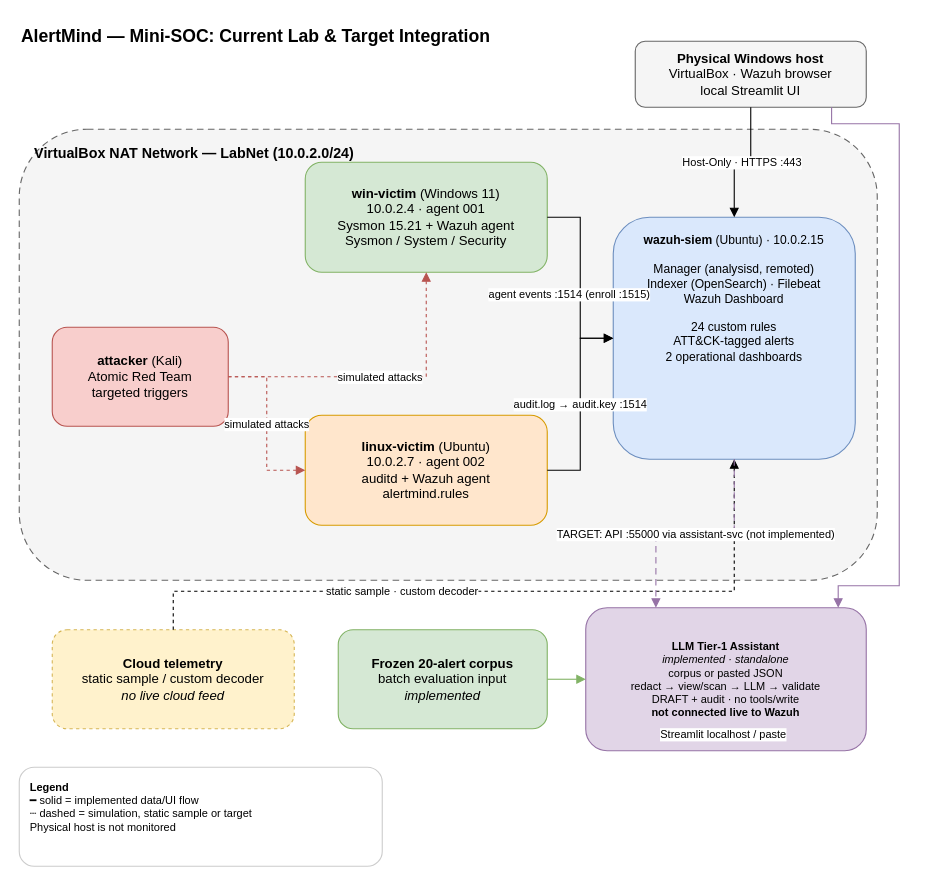
The draw.io diagram architecture/diagram.drawio in opandey1/alertmind, before the edit. Source tidied: cells renumbered, new cells numbered last; positions are measured from the earlier drawing's top-left corner, leaving out a move shared by most shapes. Both pictures are drawn from the tidied source at 110%, with x=0, y=0 at pixel (19, 19).
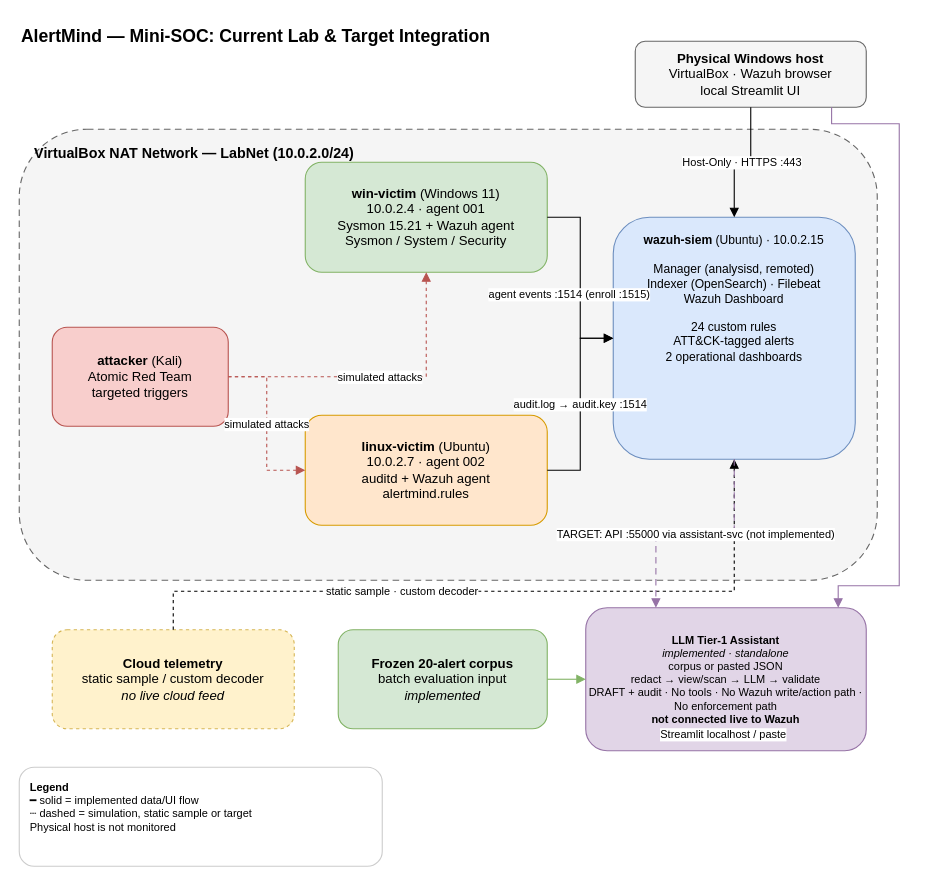
Above is the later version.

Commit message (it also covers changes not shown here):
docs(architecture): update architecture doc and diagrams to final lab state

Diff of the diagram source:
```diff
@@
-    <mxCell id="11" value="&lt;b&gt;LLM Tier-1 Assistant&lt;/b&gt;&lt;br/&gt;&lt;i&gt;implemented · standalone&lt;/i&gt;&lt;br/&gt;corpus or pasted JSON&lt;br/&gt;redact → view/scan → LLM → validate&lt;br/&gt;DRAFT + audit · no tools/write&lt;br/&gt;&lt;b&gt;not connected live to Wazuh&lt;/b&gt;" style="rounded=1;whiteSpace=wrap;html=1;fillColor=#e1d5e7;strokeColor=#9673a6;fontSize=10;" parent="1" vertex="1">
+    <mxCell id="11" value="&lt;b&gt;LLM Tier-1 Assistant&lt;/b&gt;&lt;br&gt;&lt;i&gt;implemented · standalone&lt;/i&gt;&lt;br&gt;corpus or pasted JSON&lt;br&gt;redact → view/scan → LLM → validate&lt;br&gt;DRAFT + audit ·&amp;nbsp;No tools · No Wazuh write/action path · No enforcement path&lt;br&gt;&lt;b&gt;not connected live to Wazuh&lt;/b&gt;" style="rounded=1;whiteSpace=wrap;html=1;fillColor=#e1d5e7;strokeColor=#9673a6;fontSize=10;" parent="1" vertex="1">
       <mxGeometry x="515" y="535" width="255" height="130" as="geometry" />
     </mxCell>
```
